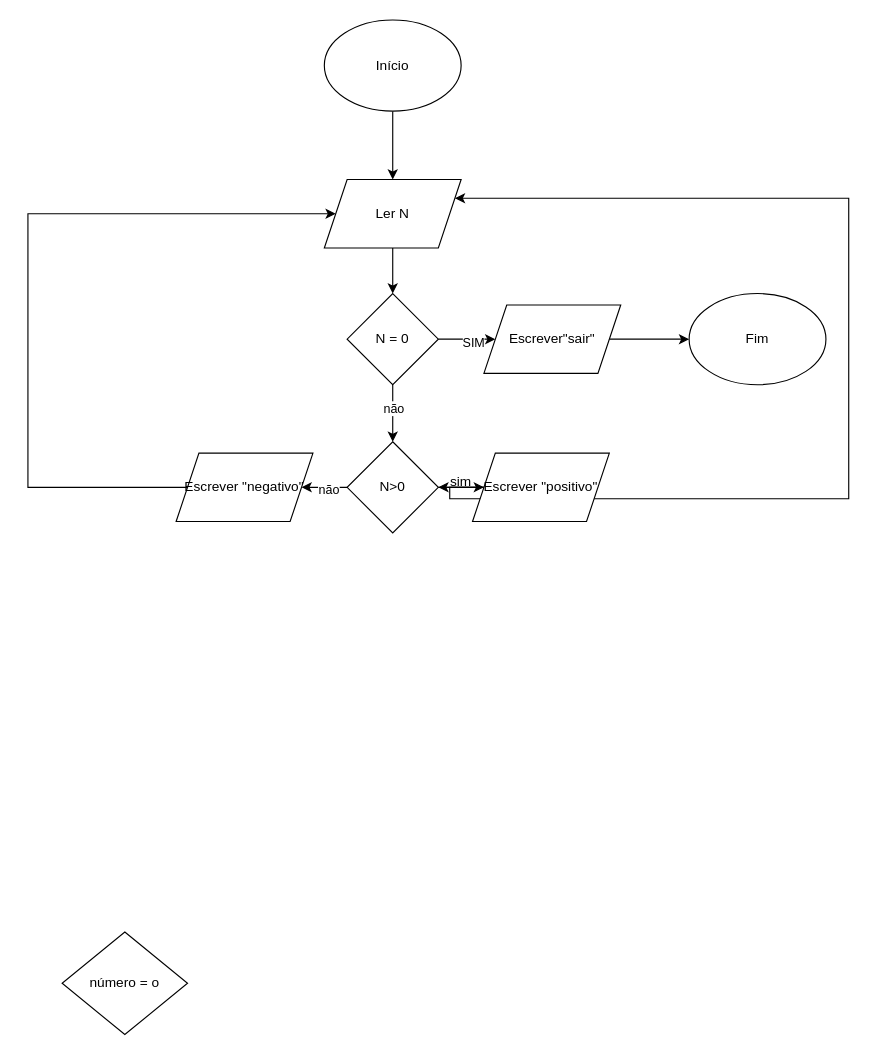
Before: Fluxo 7.drawio in sergiofernandes24112010-art/fluxo-grama, a draw.io diagram. Source tidied: cells renumbered, new cells numbered last; positions are measured from the earlier drawing's top-left corner, leaving out a move shared by most shapes. Both pictures are drawn from the tidied source at 114%, with x=0, y=0 at pixel (27, 19).
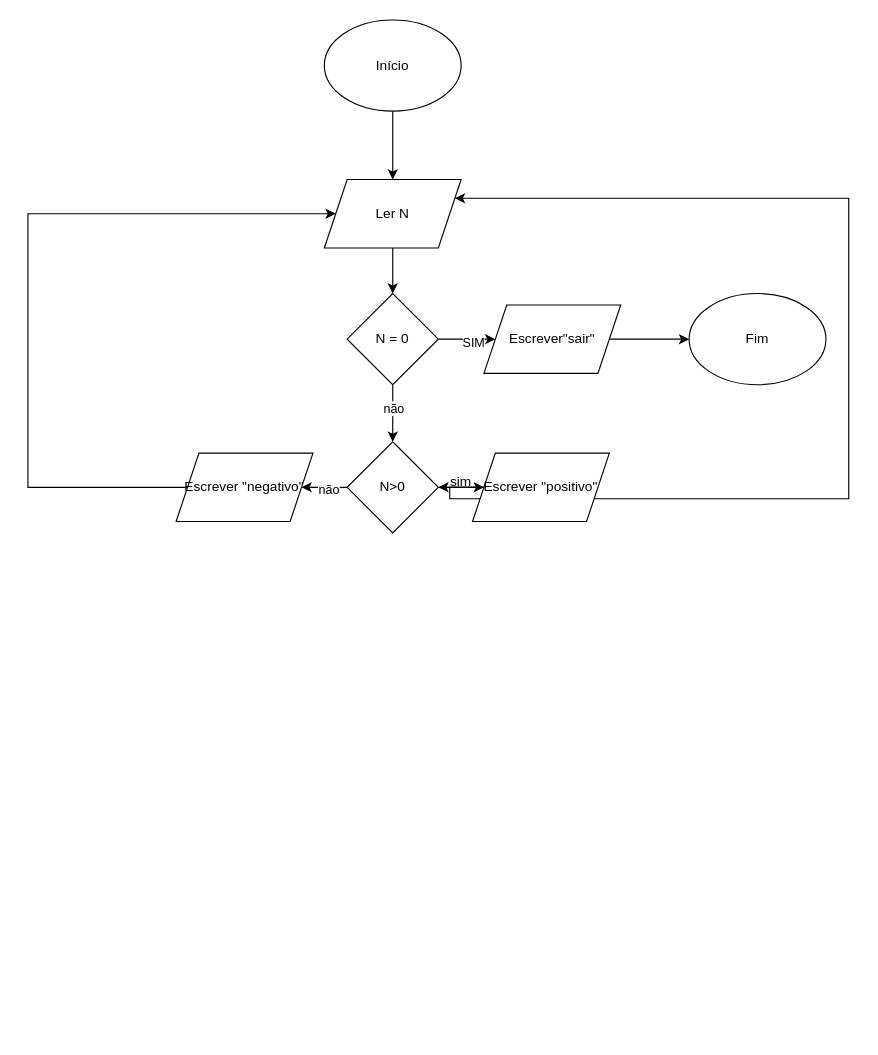
The same page after the edit.

Diff of the diagram source:
```diff
@@
-    <mxCell id="6" value="número = o" style="rhombus;whiteSpace=wrap;html=1;shapeInside=1;" parent="1" vertex="1">
-      <mxGeometry x="30" y="800" width="110" height="90" as="geometry" />
-    </mxCell>
```
